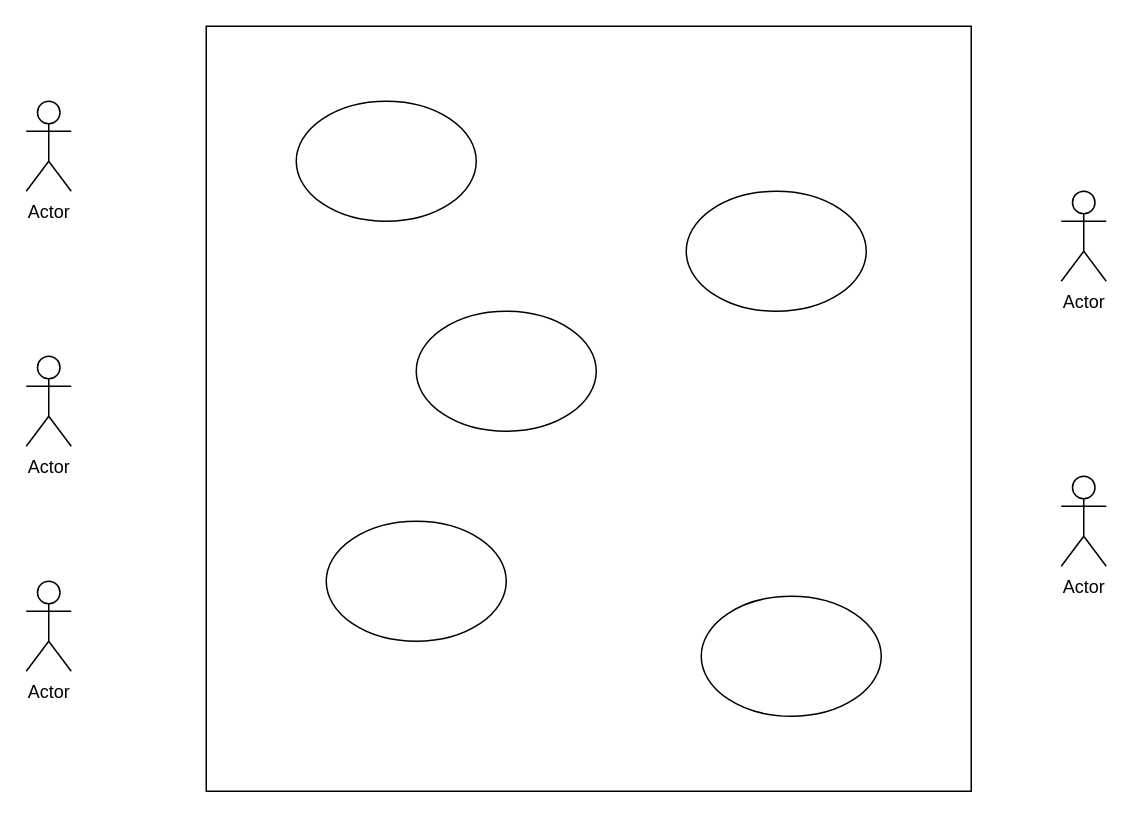
Before: files/Software Engineering/aufgaben/Unbenanntes Diagramm.drawio in Fabiann2205/DHBW-Semester3, a draw.io diagram. Source tidied: cells renumbered, new cells numbered last; positions are measured from the earlier drawing's top-left corner, leaving out a move shared by most shapes. Both pictures are drawn from the tidied source at 150%, with x=0, y=0 at pixel (26, 26).
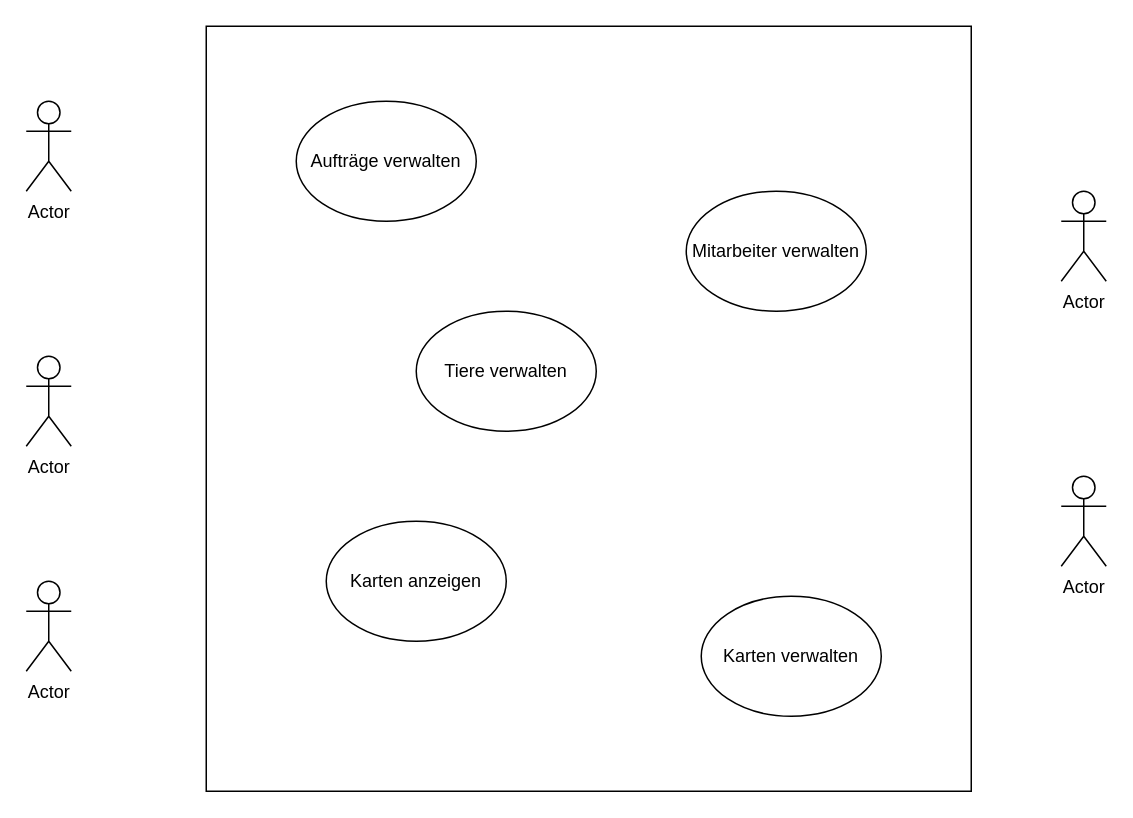
Above is the later version.

Change to the diagram source:
```diff
@@
 <mxGraphModel>
   <root>
     <mxCell id="0" />
     <mxCell id="1" parent="0" />
     <mxCell id="2" style="whiteSpace=wrap;html=1;" parent="1" vertex="1">
       <mxGeometry x="120" width="510" height="510" as="geometry" />
     </mxCell>
     <mxCell id="3" value="Actor" style="shape=umlActor;verticalLabelPosition=bottom;verticalAlign=top;html=1;" parent="1" vertex="1">
       <mxGeometry x="690" y="110" width="30" height="60" as="geometry" />
     </mxCell>
     <mxCell id="4" value="Actor" style="shape=umlActor;verticalLabelPosition=bottom;verticalAlign=top;html=1;" parent="1" vertex="1">
       <mxGeometry x="690" y="300" width="30" height="60" as="geometry" />
     </mxCell>
     <mxCell id="5" value="Actor" style="shape=umlActor;verticalLabelPosition=bottom;verticalAlign=top;html=1;" parent="1" vertex="1">
       <mxGeometry y="50" width="30" height="60" as="geometry" />
     </mxCell>
     <mxCell id="6" value="Actor" style="shape=umlActor;verticalLabelPosition=bottom;verticalAlign=top;html=1;" parent="1" vertex="1">
       <mxGeometry y="220" width="30" height="60" as="geometry" />
     </mxCell>
     <mxCell id="7" value="Actor" style="shape=umlActor;verticalLabelPosition=bottom;verticalAlign=top;html=1;" parent="1" vertex="1">
       <mxGeometry y="370" width="30" height="60" as="geometry" />
     </mxCell>
-    <mxCell id="8" style="ellipse;whiteSpace=wrap;html=1;" parent="1" vertex="1">
+    <mxCell id="8" value="Aufträge verwalten" style="ellipse;whiteSpace=wrap;html=1;" parent="1" vertex="1">
       <mxGeometry x="180" y="50" width="120" height="80" as="geometry" />
     </mxCell>
-    <mxCell id="9" style="ellipse;whiteSpace=wrap;html=1;" parent="1" vertex="1">
+    <mxCell id="9" value="Mitarbeiter verwalten" style="ellipse;whiteSpace=wrap;html=1;" parent="1" vertex="1">
       <mxGeometry x="440" y="110" width="120" height="80" as="geometry" />
     </mxCell>
-    <mxCell id="10" style="ellipse;whiteSpace=wrap;html=1;" parent="1" vertex="1">
+    <mxCell id="10" value="Tiere verwalten" style="ellipse;whiteSpace=wrap;html=1;" parent="1" vertex="1">
       <mxGeometry x="260" y="190" width="120" height="80" as="geometry" />
     </mxCell>
-    <mxCell id="11" style="ellipse;whiteSpace=wrap;html=1;" parent="1" vertex="1">
+    <mxCell id="11" value="Karten anzeigen" style="ellipse;whiteSpace=wrap;html=1;" parent="1" vertex="1">
       <mxGeometry x="200" y="330" width="120" height="80" as="geometry" />
     </mxCell>
-    <mxCell id="12" style="ellipse;whiteSpace=wrap;html=1;" parent="1" vertex="1">
+    <mxCell id="12" value="Karten verwalten" style="ellipse;whiteSpace=wrap;html=1;" parent="1" vertex="1">
       <mxGeometry x="450" y="380" width="120" height="80" as="geometry" />
     </mxCell>
   </root>
 </mxGraphModel>
```
